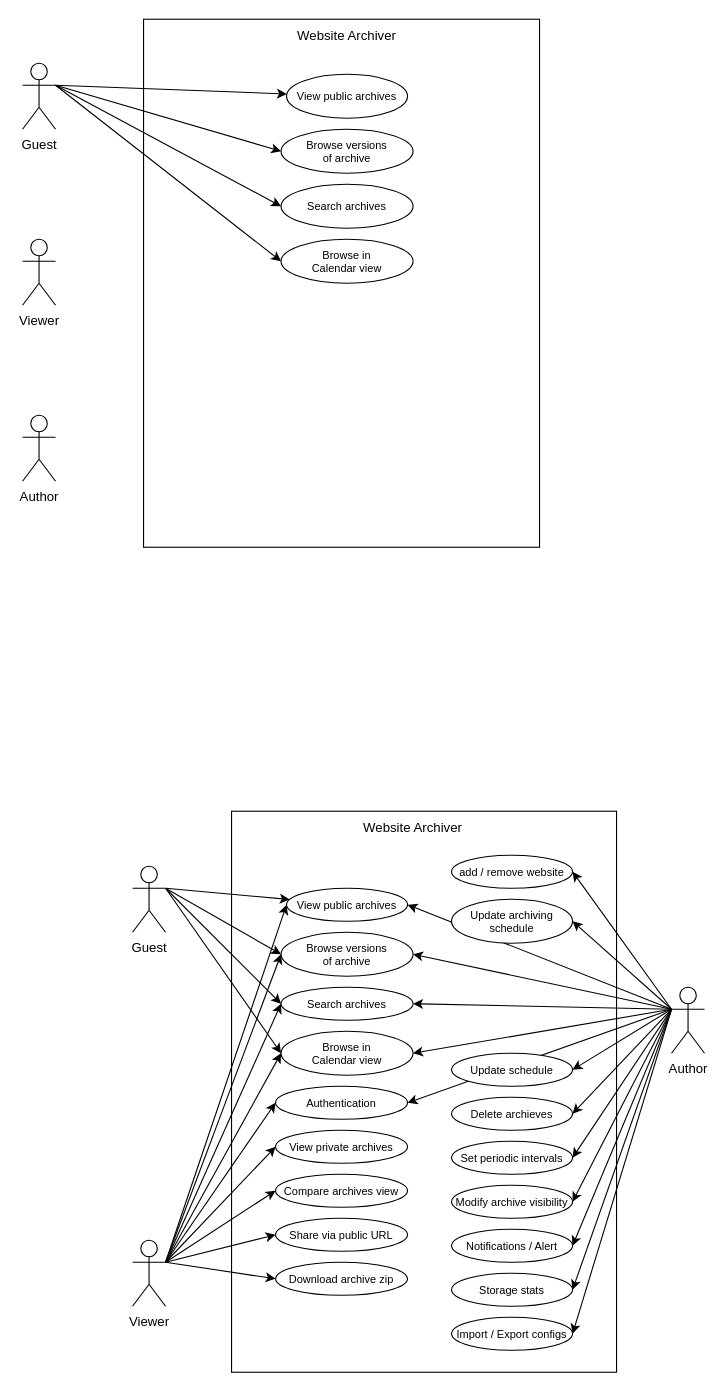
soham901/btech keeps this draw.io diagram as page "Page-1" (1 of 2) of se/Website Archiver/usecase.drawio. Above is the earlier version. Source tidied: cells renumbered, new cells numbered last; positions are measured from the earlier drawing's top-left corner, leaving out a move shared by most shapes. Both pictures are drawn from the tidied source at 110%, with x=0, y=0 at pixel (22, 19).
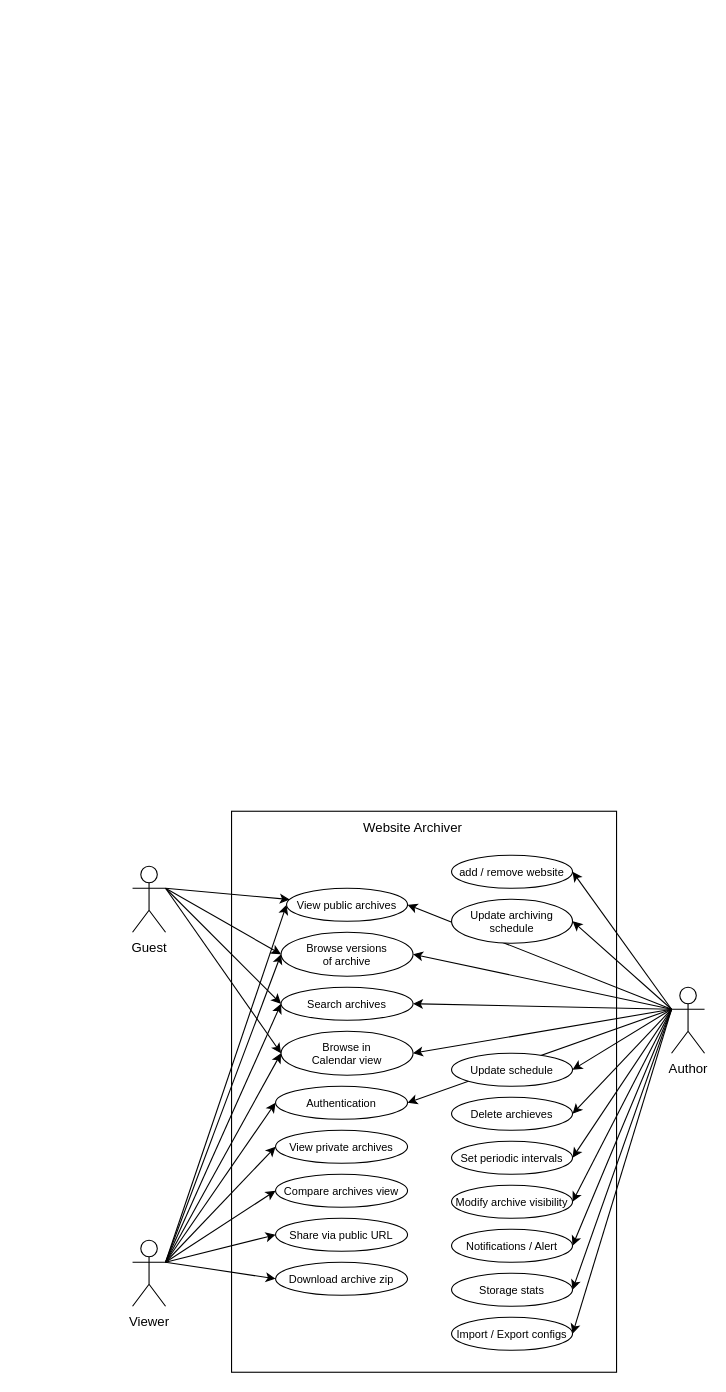
Above is the later version.

Change to the diagram source:
```diff
@@
-    <mxCell id="2" style="rounded=0;whiteSpace=wrap;html=1;" parent="1" vertex="1">
-      <mxGeometry x="110" width="360" height="480" as="geometry" />
-    </mxCell>
-    <mxCell id="3" style="rounded=0;jettySize=auto;html=1;exitX=1;exitY=0.3333333333333333;exitDx=0;exitDy=0;exitPerimeter=0;" parent="1" edge="1" source="7" target="10">
-      <mxGeometry relative="1" as="geometry" />
-    </mxCell>
-    <mxCell id="4" style="rounded=0;jettySize=auto;html=1;exitX=1;exitY=0.3333333333333333;exitDx=0;exitDy=0;exitPerimeter=0;entryX=0;entryY=0.5;entryDx=0;entryDy=0;" parent="1" edge="1" source="7" target="12">
-      <mxGeometry relative="1" as="geometry" />
-    </mxCell>
-    <mxCell id="5" style="rounded=0;jettySize=auto;html=1;exitX=1;exitY=0.3333333333333333;exitDx=0;exitDy=0;exitPerimeter=0;entryX=0;entryY=0.5;entryDx=0;entryDy=0;" parent="1" edge="1" source="7" target="13">
-      <mxGeometry relative="1" as="geometry" />
-    </mxCell>
-    <mxCell id="6" style="rounded=0;jettySize=auto;html=1;exitX=1;exitY=0.3333333333333333;exitDx=0;exitDy=0;exitPerimeter=0;entryX=0;entryY=0.5;entryDx=0;entryDy=0;" parent="1" edge="1" source="7" target="14">
-      <mxGeometry relative="1" as="geometry" />
-    </mxCell>
-    <mxCell id="7" value="Guest" style="shape=umlActor;verticalLabelPosition=bottom;verticalAlign=top;html=1;outlineConnect=0;" parent="1" vertex="1">
-      <mxGeometry y="40" width="30" height="60" as="geometry" />
-    </mxCell>
-    <mxCell id="8" value="Viewer" style="shape=umlActor;verticalLabelPosition=bottom;verticalAlign=top;html=1;" parent="1" vertex="1">
-      <mxGeometry y="200" width="30" height="60" as="geometry" />
-    </mxCell>
-    <mxCell id="9" value="Author" style="shape=umlActor;verticalLabelPosition=bottom;verticalAlign=top;html=1;" parent="1" vertex="1">
-      <mxGeometry y="360" width="30" height="60" as="geometry" />
-    </mxCell>
-    <mxCell id="10" value="View public archives" style="ellipse;whiteSpace=wrap;html=1;fontSize=10;" parent="1" vertex="1">
-      <mxGeometry x="240" y="50" width="110" height="40" as="geometry" />
-    </mxCell>
-    <mxCell id="11" value="Website Archiver" style="text;html=1;align=center;verticalAlign=middle;whiteSpace=wrap;rounded=0;" parent="1" vertex="1">
-      <mxGeometry x="235" width="120" height="30" as="geometry" />
-    </mxCell>
-    <mxCell id="12" value="Browse versions&lt;div&gt;of archive&lt;/div&gt;" style="ellipse;whiteSpace=wrap;html=1;fontSize=10;" parent="1" vertex="1">
-      <mxGeometry x="235" y="100" width="120" height="40" as="geometry" />
-    </mxCell>
-    <mxCell id="13" value="&lt;div&gt;Search archives&lt;/div&gt;" style="ellipse;whiteSpace=wrap;html=1;fontSize=10;" parent="1" vertex="1">
-      <mxGeometry x="235" y="150" width="120" height="40" as="geometry" />
-    </mxCell>
-    <mxCell id="14" value="&lt;div&gt;Browse in&lt;/div&gt;&lt;div&gt;Calendar view&lt;/div&gt;" style="ellipse;whiteSpace=wrap;html=1;fontSize=10;" parent="1" vertex="1">
-      <mxGeometry x="235" y="200" width="120" height="40" as="geometry" />
-    </mxCell>
```
